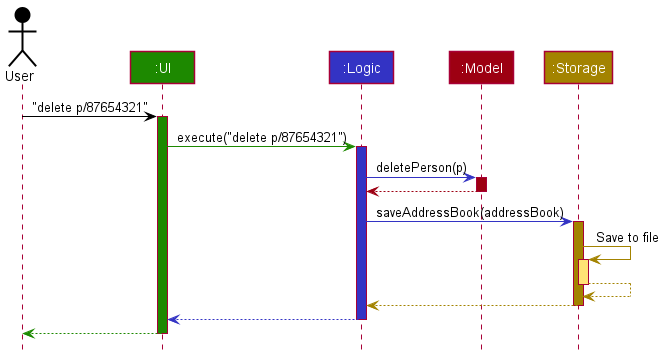
Above: docs/images/ArchitectureSequenceDiagram.png in vigneshsankariyer1234567890/tp (PlantUML), before the change.
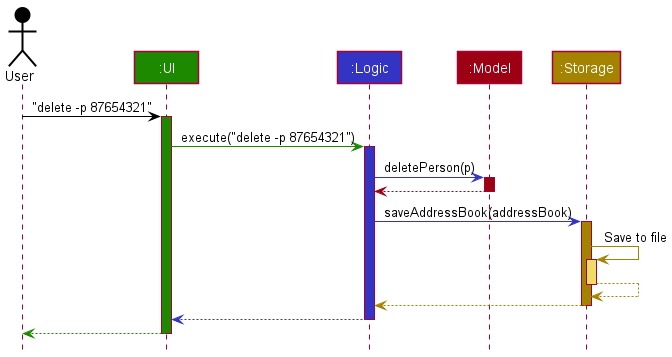
The same diagram one commit later.

What changed in the source:
```diff
@@ -7,10 +7,10 @@
 Participant ":Model" as model MODEL_COLOR
 Participant ":Storage" as storage STORAGE_COLOR
 
-user -[USER_COLOR]> ui : "delete p/87654321"
+user -[USER_COLOR]> ui : "delete -p 87654321"
 activate ui UI_COLOR
 
-ui -[UI_COLOR]> logic : execute("delete p/87654321")
+ui -[UI_COLOR]> logic : execute("delete -p 87654321")
 activate logic LOGIC_COLOR
 
 logic -[LOGIC_COLOR]> model : deletePerson(p)
```
